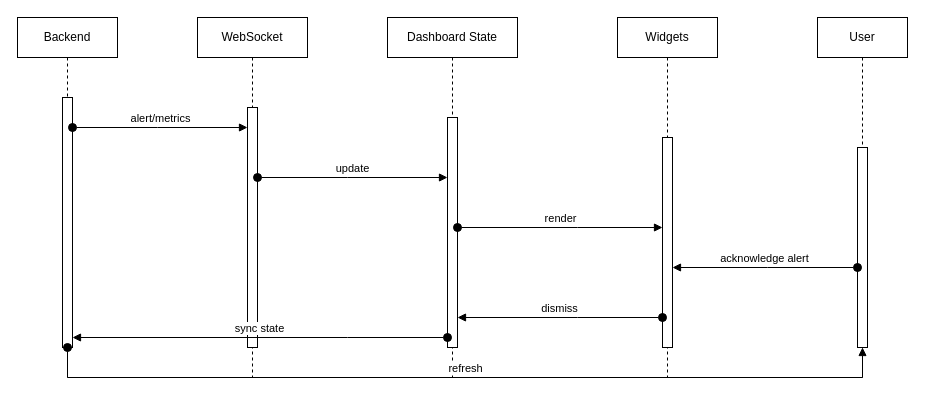
Before: report-latex/figures/drawio/chapter5_sequence.drawio in Salmen-BA21/Queue-Wait-Time-Estimation, a draw.io diagram. Source tidied: cells renumbered, new cells numbered last; positions are measured from the earlier drawing's top-left corner, leaving out a move shared by most shapes. Both pictures are drawn from the tidied source at 100%, with x=0, y=0 at pixel (17, 17).
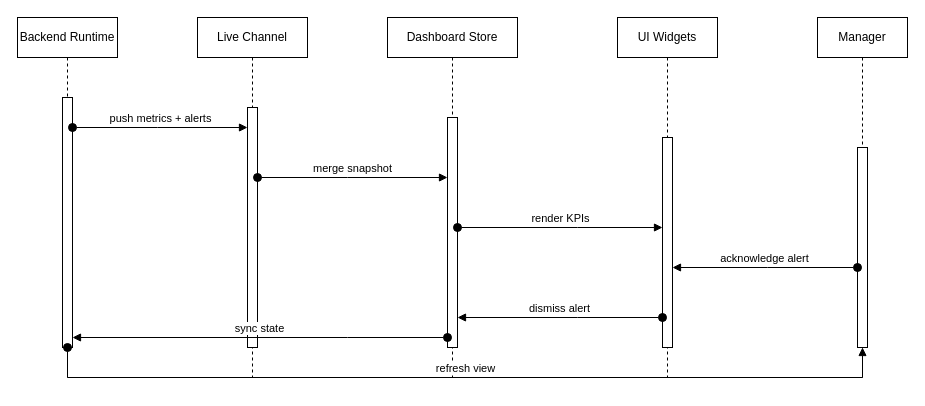
The same page after the edit.

The change refers to these unchanged cells:
```xml
<mxCell id="3" style="html=1;points=[];perimeter=orthogonalPerimeter;outlineConnect=0;targetShapes=umlLifeline;portConstraint=eastwest;newEdgeStyle={&quot;edgeStyle&quot;:&quot;elbowEdgeStyle&quot;,&quot;elbow&quot;:&quot;vertical&quot;,&quot;curved&quot;:0,&quot;rounded&quot;:0};" parent="2" vertex="1">
  <mxGeometry x="45" y="80" width="10" height="250" as="geometry" />
</mxCell>
<mxCell id="5" style="html=1;points=[];perimeter=orthogonalPerimeter;outlineConnect=0;targetShapes=umlLifeline;portConstraint=eastwest;newEdgeStyle={&quot;edgeStyle&quot;:&quot;elbowEdgeStyle&quot;,&quot;elbow&quot;:&quot;vertical&quot;,&quot;curved&quot;:0,&quot;rounded&quot;:0};" parent="4" vertex="1">
  <mxGeometry x="50" y="90" width="10" height="240" as="geometry" />
</mxCell>
<mxCell id="7" style="html=1;points=[];perimeter=orthogonalPerimeter;outlineConnect=0;targetShapes=umlLifeline;portConstraint=eastwest;newEdgeStyle={&quot;edgeStyle&quot;:&quot;elbowEdgeStyle&quot;,&quot;elbow&quot;:&quot;vertical&quot;,&quot;curved&quot;:0,&quot;rounded&quot;:0};" parent="6" vertex="1">
  <mxGeometry x="60" y="100" width="10" height="230" as="geometry" />
</mxCell>
<mxCell id="9" style="html=1;points=[];perimeter=orthogonalPerimeter;outlineConnect=0;targetShapes=umlLifeline;portConstraint=eastwest;newEdgeStyle={&quot;edgeStyle&quot;:&quot;elbowEdgeStyle&quot;,&quot;elbow&quot;:&quot;vertical&quot;,&quot;curved&quot;:0,&quot;rounded&quot;:0};" parent="8" vertex="1">
  <mxGeometry x="45" y="120" width="10" height="210" as="geometry" />
</mxCell>
<mxCell id="11" style="html=1;points=[];perimeter=orthogonalPerimeter;outlineConnect=0;targetShapes=umlLifeline;portConstraint=eastwest;newEdgeStyle={&quot;edgeStyle&quot;:&quot;elbowEdgeStyle&quot;,&quot;elbow&quot;:&quot;vertical&quot;,&quot;curved&quot;:0,&quot;rounded&quot;:0};" parent="10" vertex="1">
  <mxGeometry x="40" y="130" width="10" height="200" as="geometry" />
</mxCell>
```

What changed in the source:
```diff
@@
-    <mxCell id="2" value="Backend" style="shape=umlLifeline;perimeter=lifelinePerimeter;whiteSpace=wrap;html=1;newEdgeStyle={&quot;edgeStyle&quot;:&quot;elbowEdgeStyle&quot;,&quot;elbow&quot;:&quot;vertical&quot;,&quot;curved&quot;:0,&quot;rounded&quot;:0};" parent="1" vertex="1">
+    <mxCell id="2" value="Backend Runtime" style="shape=umlLifeline;perimeter=lifelinePerimeter;whiteSpace=wrap;html=1;newEdgeStyle={&quot;edgeStyle&quot;:&quot;elbowEdgeStyle&quot;,&quot;elbow&quot;:&quot;vertical&quot;,&quot;curved&quot;:0,&quot;rounded&quot;:0};" parent="1" vertex="1">
       <mxGeometry width="100" height="360" as="geometry" />
     </mxCell>
@@
-    <mxCell id="4" value="WebSocket" style="shape=umlLifeline;perimeter=lifelinePerimeter;whiteSpace=wrap;html=1;newEdgeStyle={&quot;edgeStyle&quot;:&quot;elbowEdgeStyle&quot;,&quot;elbow&quot;:&quot;vertical&quot;,&quot;curved&quot;:0,&quot;rounded&quot;:0};" parent="1" vertex="1">
+    <mxCell id="4" value="Live Channel" style="shape=umlLifeline;perimeter=lifelinePerimeter;whiteSpace=wrap;html=1;newEdgeStyle={&quot;edgeStyle&quot;:&quot;elbowEdgeStyle&quot;,&quot;elbow&quot;:&quot;vertical&quot;,&quot;curved&quot;:0,&quot;rounded&quot;:0};" parent="1" vertex="1">
       <mxGeometry x="180" width="110" height="360" as="geometry" />
     </mxCell>
@@
-    <mxCell id="6" value="Dashboard State" style="shape=umlLifeline;perimeter=lifelinePerimeter;whiteSpace=wrap;html=1;newEdgeStyle={&quot;edgeStyle&quot;:&quot;elbowEdgeStyle&quot;,&quot;elbow&quot;:&quot;vertical&quot;,&quot;curved&quot;:0,&quot;rounded&quot;:0};" parent="1" vertex="1">
+    <mxCell id="6" value="Dashboard Store" style="shape=umlLifeline;perimeter=lifelinePerimeter;whiteSpace=wrap;html=1;newEdgeStyle={&quot;edgeStyle&quot;:&quot;elbowEdgeStyle&quot;,&quot;elbow&quot;:&quot;vertical&quot;,&quot;curved&quot;:0,&quot;rounded&quot;:0};" parent="1" vertex="1">
       <mxGeometry x="370" width="130" height="360" as="geometry" />
     </mxCell>
@@
-    <mxCell id="8" value="Widgets" style="shape=umlLifeline;perimeter=lifelinePerimeter;whiteSpace=wrap;html=1;newEdgeStyle={&quot;edgeStyle&quot;:&quot;elbowEdgeStyle&quot;,&quot;elbow&quot;:&quot;vertical&quot;,&quot;curved&quot;:0,&quot;rounded&quot;:0};" parent="1" vertex="1">
+    <mxCell id="8" value="UI Widgets" style="shape=umlLifeline;perimeter=lifelinePerimeter;whiteSpace=wrap;html=1;newEdgeStyle={&quot;edgeStyle&quot;:&quot;elbowEdgeStyle&quot;,&quot;elbow&quot;:&quot;vertical&quot;,&quot;curved&quot;:0,&quot;rounded&quot;:0};" parent="1" vertex="1">
       <mxGeometry x="600" width="100" height="360" as="geometry" />
     </mxCell>
@@
-    <mxCell id="10" value="User" style="shape=umlLifeline;perimeter=lifelinePerimeter;whiteSpace=wrap;html=1;newEdgeStyle={&quot;edgeStyle&quot;:&quot;elbowEdgeStyle&quot;,&quot;elbow&quot;:&quot;vertical&quot;,&quot;curved&quot;:0,&quot;rounded&quot;:0};" parent="1" vertex="1">
+    <mxCell id="10" value="Manager" style="shape=umlLifeline;perimeter=lifelinePerimeter;whiteSpace=wrap;html=1;newEdgeStyle={&quot;edgeStyle&quot;:&quot;elbowEdgeStyle&quot;,&quot;elbow&quot;:&quot;vertical&quot;,&quot;curved&quot;:0,&quot;rounded&quot;:0};" parent="1" vertex="1">
       <mxGeometry x="800" width="90" height="360" as="geometry" />
     </mxCell>
@@
-    <mxCell id="12" value="alert/metrics" style="html=1;verticalAlign=bottom;startArrow=oval;endArrow=block;startSize=8;edgeStyle=elbowEdgeStyle;elbow=vertical;curved=0;rounded=0;" parent="1" edge="1" source="3" target="5">
+    <mxCell id="12" value="push metrics + alerts" style="html=1;verticalAlign=bottom;startArrow=oval;endArrow=block;startSize=8;edgeStyle=elbowEdgeStyle;elbow=vertical;curved=0;rounded=0;" parent="1" edge="1" source="3" target="5">
       <mxGeometry relative="1" as="geometry">
         <Array as="points">
           <mxPoint x="140" y="110" />
         </Array>
       </mxGeometry>
     </mxCell>
-    <mxCell id="13" value="update" style="html=1;verticalAlign=bottom;startArrow=oval;endArrow=block;startSize=8;edgeStyle=elbowEdgeStyle;elbow=vertical;curved=0;rounded=0;" parent="1" edge="1" source="5" target="7">
+    <mxCell id="13" value="merge snapshot" style="html=1;verticalAlign=bottom;startArrow=oval;endArrow=block;startSize=8;edgeStyle=elbowEdgeStyle;elbow=vertical;curved=0;rounded=0;" parent="1" edge="1" source="5" target="7">
       <mxGeometry relative="1" as="geometry">
         <Array as="points">
           <mxPoint x="330" y="160" />
         </Array>
       </mxGeometry>
     </mxCell>
-    <mxCell id="14" value="render" style="html=1;verticalAlign=bottom;startArrow=oval;endArrow=block;startSize=8;edgeStyle=elbowEdgeStyle;elbow=vertical;curved=0;rounded=0;" parent="1" edge="1" source="7" target="9">
+    <mxCell id="14" value="render KPIs" style="html=1;verticalAlign=bottom;startArrow=oval;endArrow=block;startSize=8;edgeStyle=elbowEdgeStyle;elbow=vertical;curved=0;rounded=0;" parent="1" edge="1" source="7" target="9">
       <mxGeometry relative="1" as="geometry">
         <Array as="points">
           <mxPoint x="560" y="210" />
         </Array>
       </mxGeometry>
     </mxCell>
@@
-    <mxCell id="16" value="dismiss" style="html=1;verticalAlign=bottom;startArrow=oval;endArrow=block;startSize=8;edgeStyle=elbowEdgeStyle;elbow=vertical;curved=0;rounded=0;" parent="1" edge="1" source="9" target="7">
+    <mxCell id="16" value="dismiss alert" style="html=1;verticalAlign=bottom;startArrow=oval;endArrow=block;startSize=8;edgeStyle=elbowEdgeStyle;elbow=vertical;curved=0;rounded=0;" parent="1" edge="1" source="9" target="7">
       <mxGeometry relative="1" as="geometry">
         <Array as="points">
           <mxPoint x="560" y="300" />
         </Array>
       </mxGeometry>
     </mxCell>
@@
-    <mxCell id="18" value="refresh" style="html=1;verticalAlign=bottom;startArrow=oval;endArrow=block;startSize=8;edgeStyle=elbowEdgeStyle;elbow=vertical;curved=0;rounded=0;" parent="1" edge="1" source="3" target="11">
+    <mxCell id="18" value="refresh view" style="html=1;verticalAlign=bottom;startArrow=oval;endArrow=block;startSize=8;edgeStyle=elbowEdgeStyle;elbow=vertical;curved=0;rounded=0;" parent="1" edge="1" source="3" target="11">
       <mxGeometry relative="1" as="geometry">
         <Array as="points">
           <mxPoint x="760" y="360" />
         </Array>
       </mxGeometry>
     </mxCell>
```
